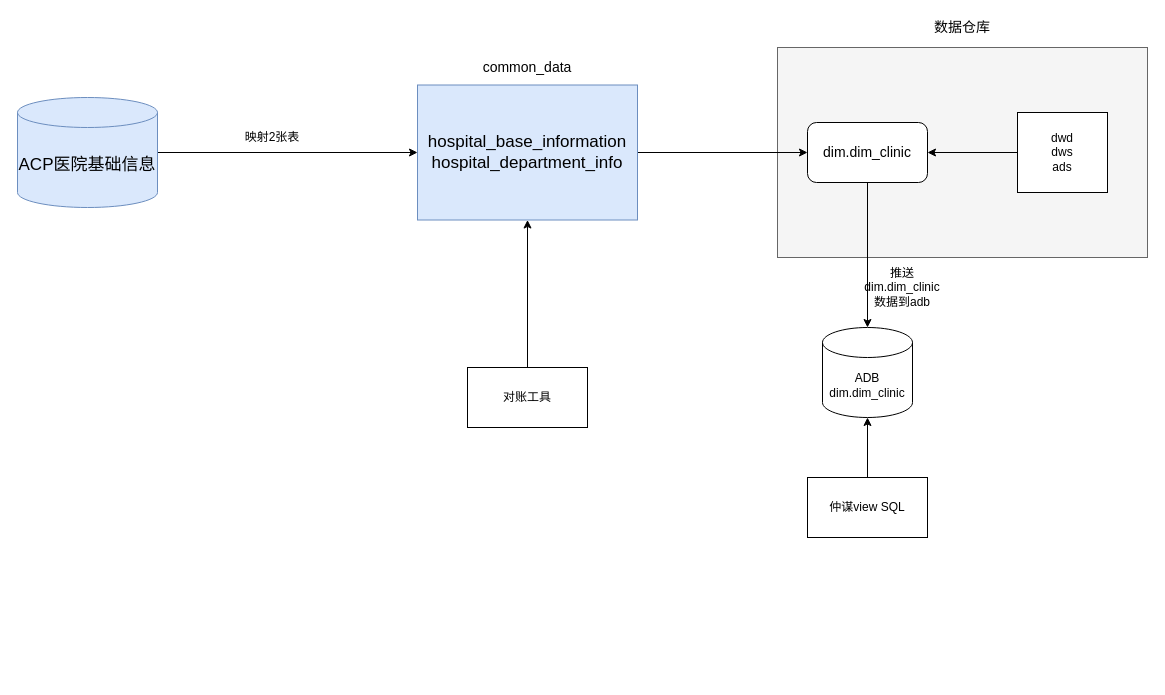
Above: page "第 2 页" (2 of 2) of pet_data_warehouse/医院基础信息数据分布.drawio in fangzheng0518/draw (draw.io), before the change. Source tidied: cells renumbered, new cells numbered last; positions are measured from the earlier drawing's top-left corner, leaving out a move shared by most shapes. Both pictures are drawn from the tidied source at 100%, with x=0, y=0 at pixel (17, 17).
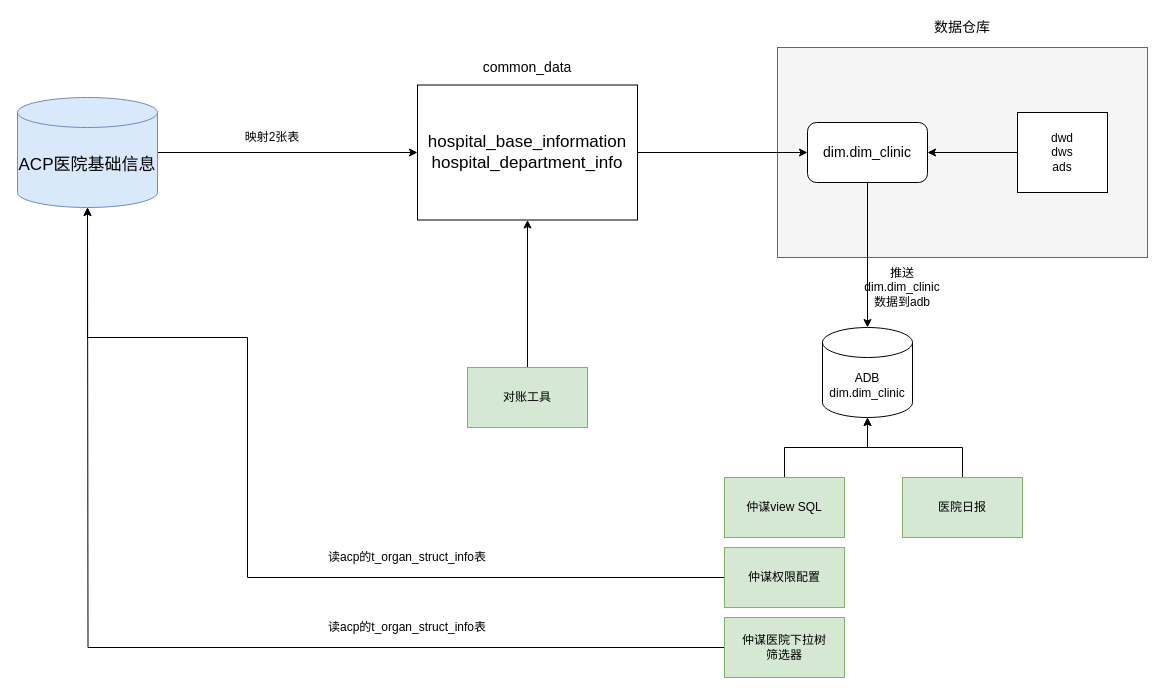
Above is the later version.

Commit message:
更新医院基础信息数据分布.drawio

Unchanged cells that the change refers to:
```xml
<mxCell id="4" value="&lt;span style=&quot;font-size: 17px&quot;&gt;ACP医院基础信息&lt;/span&gt;" style="shape=cylinder3;whiteSpace=wrap;html=1;boundedLbl=1;backgroundOutline=1;size=15;fillColor=#dae8fc;strokeColor=#6c8ebf;fontSize=17;" parent="1" vertex="1">
  <mxGeometry y="80" width="140" height="110" as="geometry" />
</mxCell>
<mxCell id="13" value="ADB&lt;br&gt;dim.dim_clinic" style="shape=cylinder3;whiteSpace=wrap;html=1;boundedLbl=1;backgroundOutline=1;size=15;" parent="1" vertex="1">
  <mxGeometry x="805" y="310" width="90" height="90" as="geometry" />
</mxCell>
```

Diff of the diagram source:
```diff
@@
-    <mxCell id="6" value="hospital_base_information&lt;br&gt;hospital_department_info" style="whiteSpace=wrap;html=1;fontSize=17;strokeColor=#6c8ebf;fillColor=#dae8fc;" parent="1" vertex="1">
+    <mxCell id="6" value="hospital_base_information&lt;br&gt;hospital_department_info" style="whiteSpace=wrap;html=1;fontSize=17;" parent="1" vertex="1">
       <mxGeometry x="400" y="67.5" width="220" height="135" as="geometry" />
     </mxCell>
@@
-    <mxCell id="15" value="仲谋view SQL" style="rounded=0;whiteSpace=wrap;html=1;" parent="1" vertex="1">
-      <mxGeometry x="790" y="460" width="120" height="60" as="geometry" />
+    <mxCell id="15" value="仲谋view SQL" style="rounded=0;whiteSpace=wrap;html=1;fillColor=#d5e8d4;strokeColor=#82b366;" parent="1" vertex="1">
+      <mxGeometry x="707" y="460" width="120" height="60" as="geometry" />
     </mxCell>
@@
-    <mxCell id="19" value="对账工具" style="rounded=0;whiteSpace=wrap;html=1;" parent="1" vertex="1">
+    <mxCell id="19" value="对账工具" style="rounded=0;whiteSpace=wrap;html=1;fillColor=#d5e8d4;strokeColor=#82b366;" parent="1" vertex="1">
       <mxGeometry x="450" y="350" width="120" height="60" as="geometry" />
     </mxCell>
+    <mxCell id="20" style="edgeStyle=orthogonalEdgeStyle;rounded=0;jettySize=auto;html=1;entryX=0.5;entryY=1;entryDx=0;entryDy=0;entryPerimeter=0;" parent="1" edge="1" source="21" target="13">
+      <mxGeometry relative="1" as="geometry" />
+    </mxCell>
+    <mxCell id="21" value="医院日报" style="rounded=0;whiteSpace=wrap;html=1;fillColor=#d5e8d4;strokeColor=#82b366;" parent="1" vertex="1">
+      <mxGeometry x="885" y="460" width="120" height="60" as="geometry" />
+    </mxCell>
+    <mxCell id="22" style="edgeStyle=orthogonalEdgeStyle;rounded=0;jettySize=auto;html=1;entryX=0.5;entryY=1;entryDx=0;entryDy=0;entryPerimeter=0;" parent="1" edge="1" source="23" target="4">
+      <mxGeometry relative="1" as="geometry">
+        <Array as="points">
+          <mxPoint x="230" y="560" />
+          <mxPoint x="230" y="320" />
+          <mxPoint x="70" y="320" />
+        </Array>
+      </mxGeometry>
+    </mxCell>
+    <mxCell id="23" value="仲谋权限配置" style="rounded=0;whiteSpace=wrap;html=1;fillColor=#d5e8d4;strokeColor=#82b366;" parent="1" vertex="1">
+      <mxGeometry x="707" y="530" width="120" height="60" as="geometry" />
+    </mxCell>
+    <mxCell id="24" style="edgeStyle=orthogonalEdgeStyle;rounded=0;jettySize=auto;html=1;" parent="1" edge="1" source="25">
+      <mxGeometry relative="1" as="geometry">
+        <mxPoint x="70" y="190" as="targetPoint" />
+      </mxGeometry>
+    </mxCell>
+    <mxCell id="25" value="仲谋医院下拉树&lt;br&gt;筛选器" style="rounded=0;whiteSpace=wrap;html=1;fillColor=#d5e8d4;strokeColor=#82b366;" parent="1" vertex="1">
+      <mxGeometry x="707" y="600" width="120" height="60" as="geometry" />
+    </mxCell>
+    <mxCell id="26" value="&lt;span style=&quot;text-align: left&quot;&gt;读acp的t_organ_struct_info表&lt;/span&gt;" style="text;html=1;strokeColor=none;fillColor=none;align=center;verticalAlign=middle;whiteSpace=wrap;rounded=0;" parent="1" vertex="1">
+      <mxGeometry x="280" y="530" width="220" height="20" as="geometry" />
+    </mxCell>
+    <mxCell id="27" value="&lt;span style=&quot;text-align: left&quot;&gt;读acp的t_organ_struct_info表&lt;/span&gt;" style="text;html=1;strokeColor=none;fillColor=none;align=center;verticalAlign=middle;whiteSpace=wrap;rounded=0;" parent="1" vertex="1">
+      <mxGeometry x="280" y="600" width="220" height="20" as="geometry" />
+    </mxCell>
```
